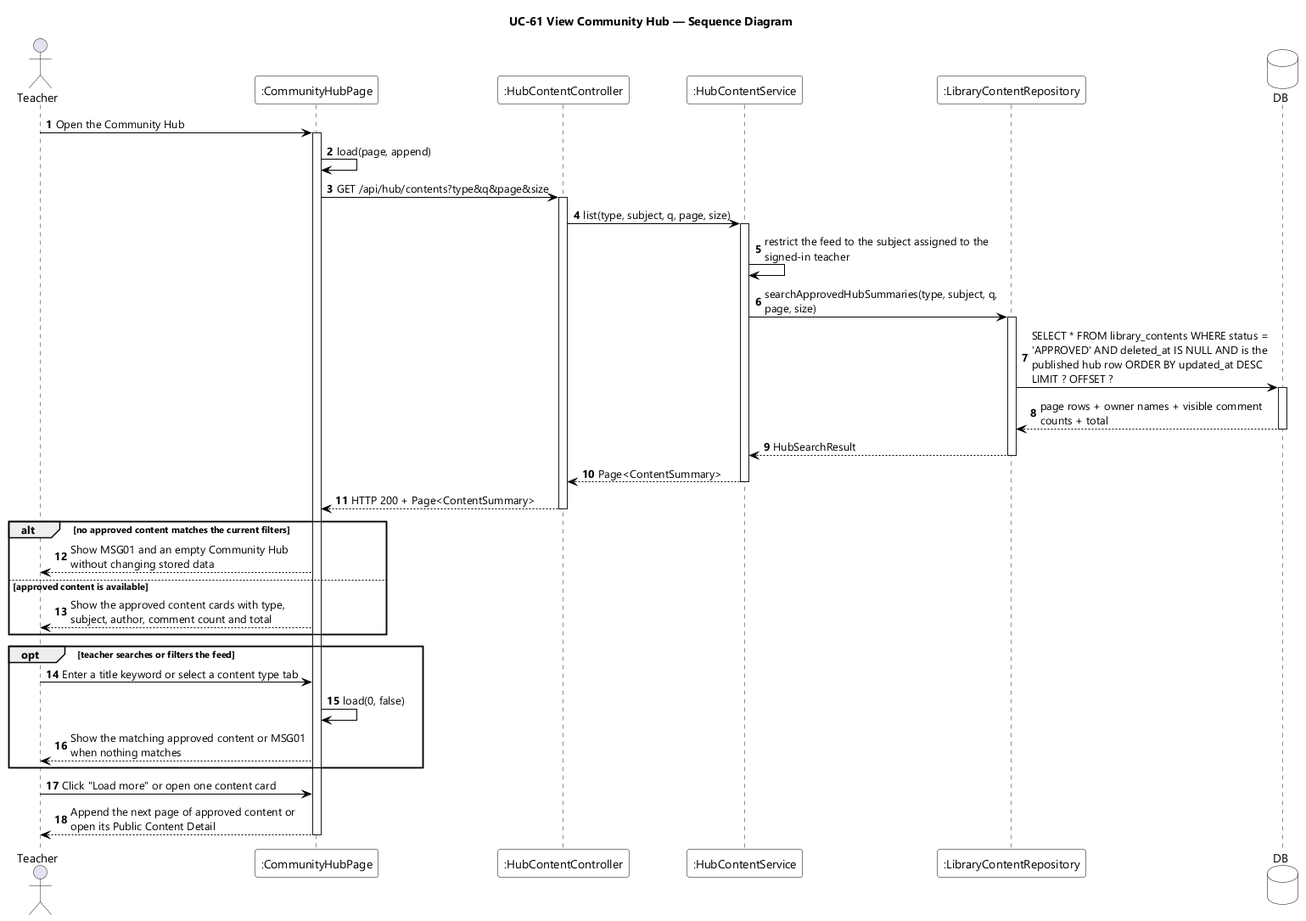
This is designs/sds-diagrams/uc61/uc61-sequence-diagram.png from EduA-system/EduA-system, a PlantUML export, as it was before one commit.
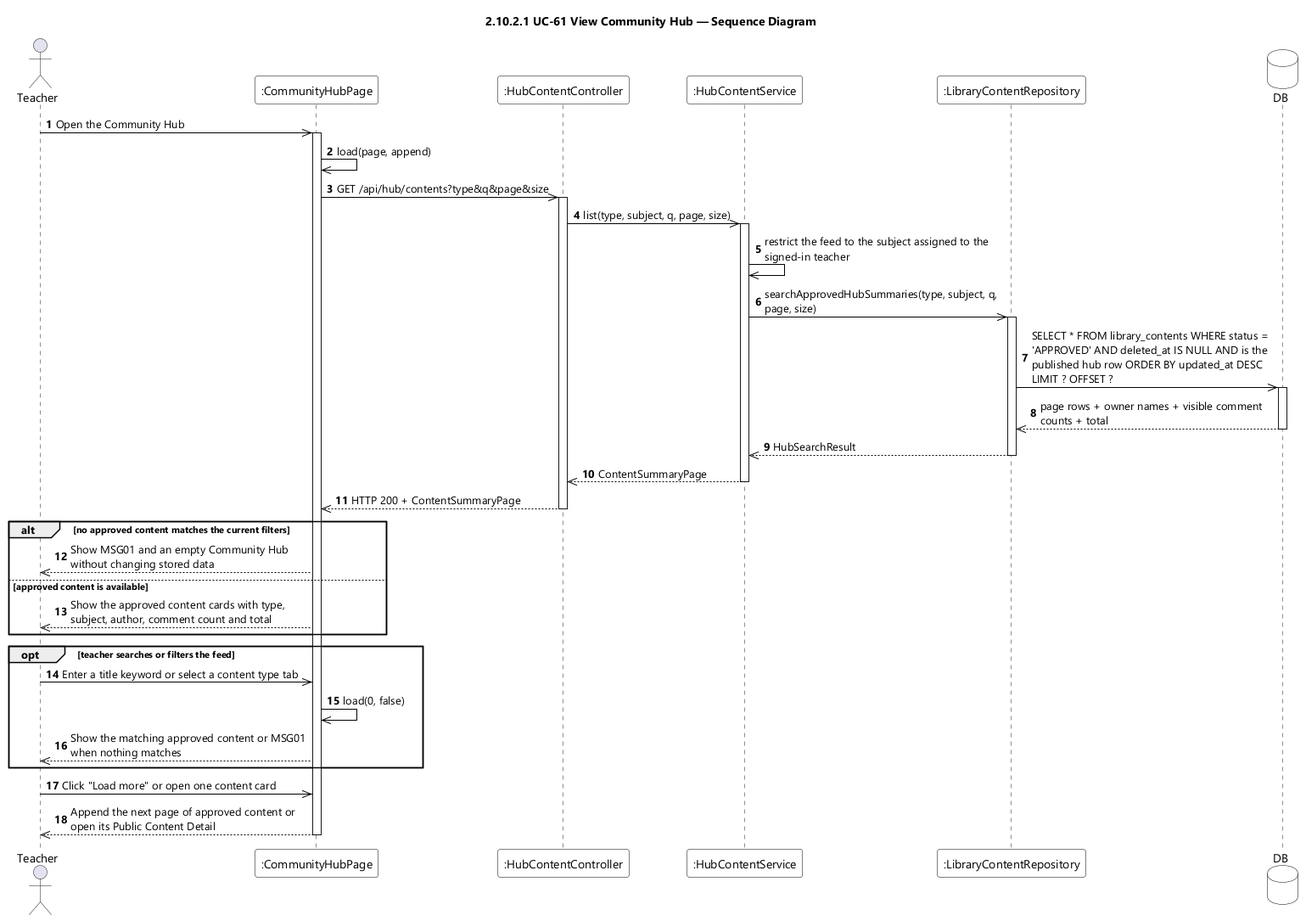
Later version of the same file.

Change to the diagram source:
```diff
@@ -9,7 +9,7 @@
 skinparam ArrowColor #000000
 skinparam sequenceMessageAlign left
 skinparam maxMessageSize 280
-title UC-61 View Community Hub — Sequence Diagram
+title 2.10.2.1 UC-61 View Community Hub — Sequence Diagram
 
 actor Teacher
 participant ":CommunityHubPage" as UI
@@ -19,40 +19,40 @@
 database DB
 
 autonumber
-Teacher -> UI : Open the Community Hub
+Teacher ->> UI : Open the Community Hub
 activate UI
-UI -> UI : load(page, append)
-UI -> CTL : GET /api/hub/contents?type&q&page&size
+UI ->> UI : load(page, append)
+UI ->> CTL : GET /api/hub/contents?type&q&page&size
 activate CTL
-CTL -> SVC : list(type, subject, q, page, size)
+CTL ->> SVC : list(type, subject, q, page, size)
 activate SVC
-SVC -> SVC : restrict the feed to the subject assigned to the signed-in teacher
-SVC -> CONTENTS : searchApprovedHubSummaries(type, subject, q, page, size)
+SVC ->> SVC : restrict the feed to the subject assigned to the signed-in teacher
+SVC ->> CONTENTS : searchApprovedHubSummaries(type, subject, q, page, size)
 activate CONTENTS
-CONTENTS -> DB : SELECT * FROM library_contents WHERE status = 'APPROVED' AND deleted_at IS NULL AND is the published hub row ORDER BY updated_at DESC LIMIT ? OFFSET ?
+CONTENTS ->> DB : SELECT * FROM library_contents WHERE status = 'APPROVED' AND deleted_at IS NULL AND is the published hub row ORDER BY updated_at DESC LIMIT ? OFFSET ?
 activate DB
-DB --> CONTENTS : page rows + owner names + visible comment counts + total
+DB -->> CONTENTS : page rows + owner names + visible comment counts + total
 deactivate DB
-CONTENTS --> SVC : HubSearchResult
+CONTENTS -->> SVC : HubSearchResult
 deactivate CONTENTS
-SVC --> CTL : Page<ContentSummary>
+SVC -->> CTL : ContentSummaryPage
 deactivate SVC
-CTL --> UI : HTTP 200 + Page<ContentSummary>
+CTL -->> UI : HTTP 200 + ContentSummaryPage
 deactivate CTL
 
 alt no approved content matches the current filters
-  UI --> Teacher : Show MSG01 and an empty Community Hub without changing stored data
+  UI -->> Teacher : Show MSG01 and an empty Community Hub without changing stored data
 else approved content is available
-  UI --> Teacher : Show the approved content cards with type, subject, author, comment count and total
+  UI -->> Teacher : Show the approved content cards with type, subject, author, comment count and total
 end
 
 opt teacher searches or filters the feed
-  Teacher -> UI : Enter a title keyword or select a content type tab
-  UI -> UI : load(0, false)
-  UI --> Teacher : Show the matching approved content or MSG01 when nothing matches
+  Teacher ->> UI : Enter a title keyword or select a content type tab
+  UI ->> UI : load(0, false)
+  UI -->> Teacher : Show the matching approved content or MSG01 when nothing matches
 end
 
-Teacher -> UI : Click "Load more" or open one content card
-UI --> Teacher : Append the next page of approved content or open its Public Content Detail
+Teacher ->> UI : Click "Load more" or open one content card
+UI -->> Teacher : Append the next page of approved content or open its Public Content Detail
 deactivate UI
 @enduml
```
